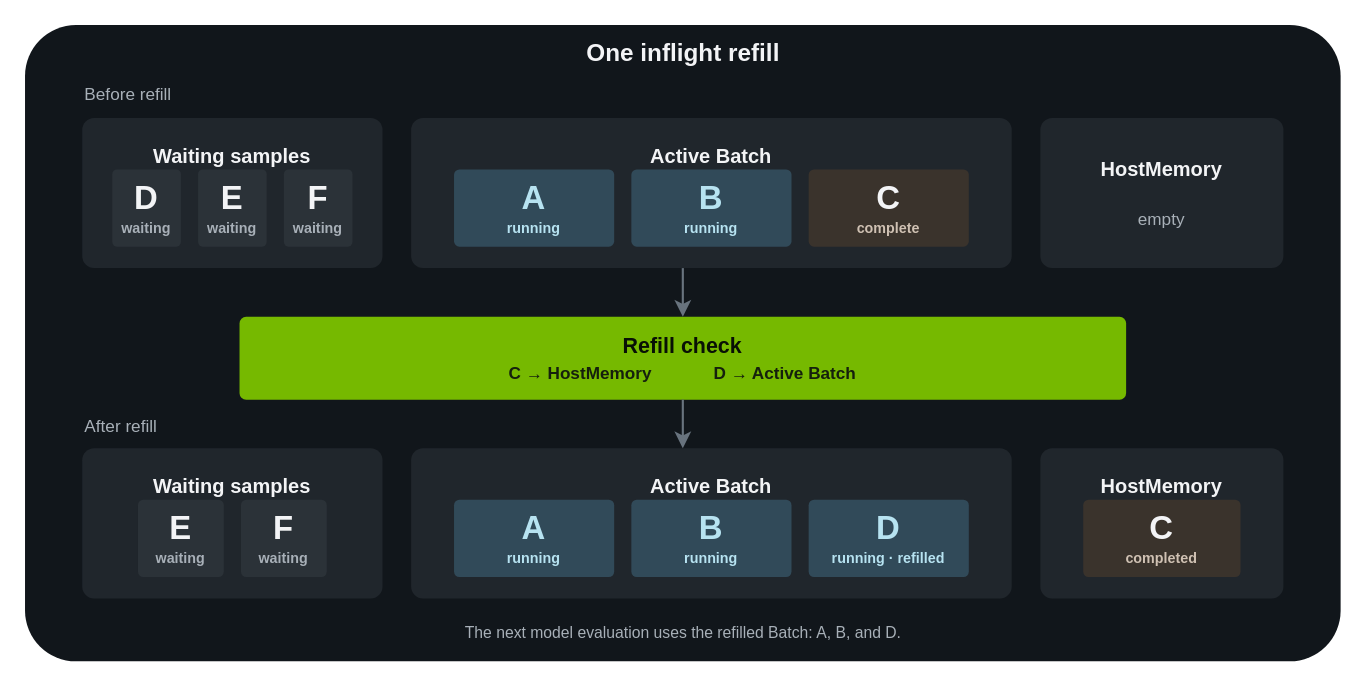
Before: notebooks/00-core-playbook/assets/inflight-batching-flow.drawio in openhackathons-org/ALCHEMI-Bootcamp, a draw.io diagram. Source tidied: cells renumbered, new cells numbered last; positions are measured from the earlier drawing's top-left corner, leaving out a move shared by most shapes. Both pictures are drawn from the tidied source at 143%, with x=0, y=0 at pixel (24, 24).
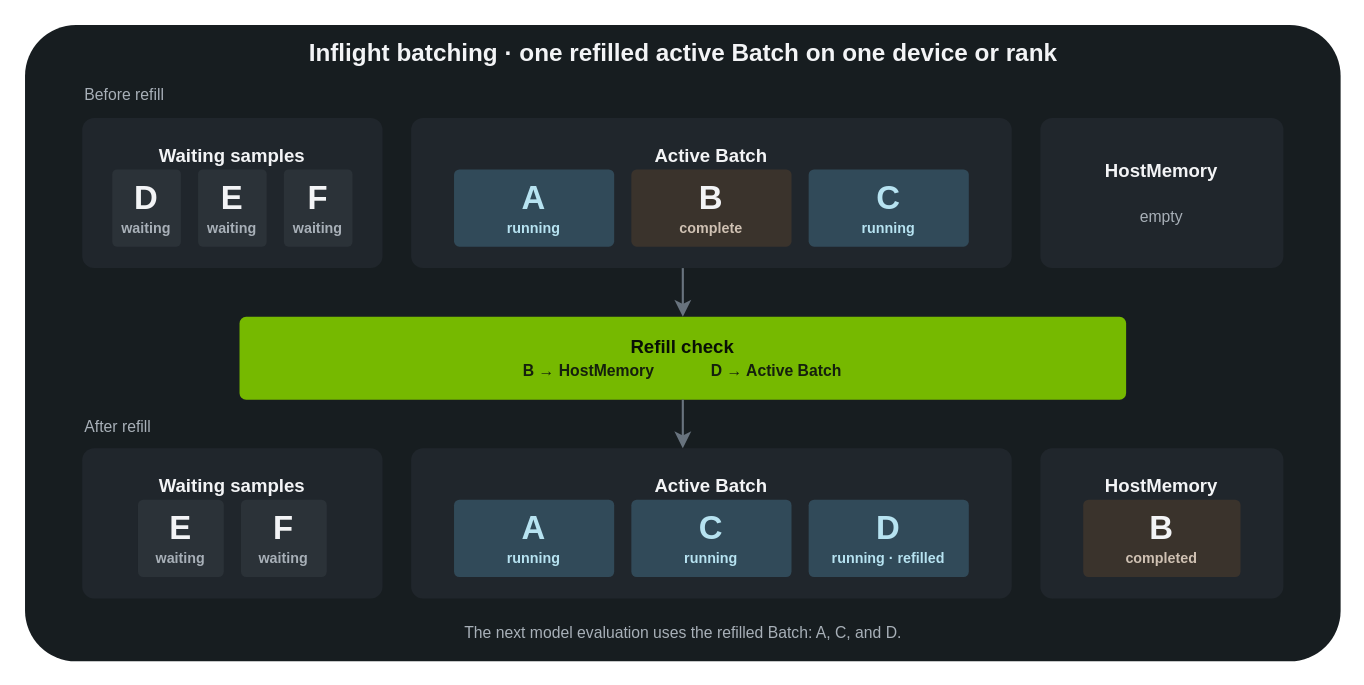
After the change.

Diff of the diagram source:
```diff
@@
-    <mxCell id="2" style="rounded=1;arcSize=8;whiteSpace=wrap;html=1;fillColor=#11161B;strokeColor=none;" parent="1" vertex="1">
+    <mxCell id="2" style="rounded=1;arcSize=8;whiteSpace=wrap;html=1;fillColor=#171D20;strokeColor=none;" parent="1" vertex="1">
       <mxGeometry width="920" height="445" as="geometry" />
     </mxCell>
-    <mxCell id="3" value="One inflight refill" style="text;html=1;strokeColor=none;fillColor=none;align=center;verticalAlign=middle;fontFamily=NVIDIA Sans;fontSize=17;fontStyle=1;fontColor=#F3F4F6;" parent="1" vertex="1">
-      <mxGeometry x="330" y="8" width="260" height="26" as="geometry" />
+    <mxCell id="3" value="Inflight batching · one refilled active Batch on one device or rank" style="text;html=1;strokeColor=none;fillColor=none;align=center;verticalAlign=middle;fontFamily=NVIDIA Sans;fontSize=17;fontStyle=1;fontColor=#F3F4F6;" parent="1" vertex="1">
+      <mxGeometry x="180" y="8" width="560" height="26" as="geometry" />
     </mxCell>
-    <mxCell id="4" value="Before refill" style="text;html=1;strokeColor=none;fillColor=none;align=left;verticalAlign=middle;fontFamily=NVIDIA Sans;fontSize=12;fontColor=#A8B0B8;" parent="1" vertex="1">
+    <mxCell id="4" value="Before refill" style="text;html=1;strokeColor=none;fillColor=none;align=left;verticalAlign=middle;fontFamily=NVIDIA Sans;fontSize=11;fontColor=#A8B0B8;" parent="1" vertex="1">
       <mxGeometry x="40" y="38" width="140" height="22" as="geometry" />
     </mxCell>
-    <mxCell id="5" value="Waiting samples" style="rounded=1;arcSize=8;whiteSpace=wrap;html=1;fillColor=#20262C;strokeColor=none;fontColor=#F3F4F6;fontFamily=NVIDIA Sans;fontStyle=1;fontSize=14;align=center;verticalAlign=top;spacingTop=12;" parent="1" vertex="1">
+    <mxCell id="5" value="Waiting samples" style="rounded=1;arcSize=8;whiteSpace=wrap;html=1;fillColor=#20262C;strokeColor=none;fontColor=#F3F4F6;fontFamily=NVIDIA Sans;fontStyle=1;fontSize=13;align=center;verticalAlign=top;spacingTop=12;" parent="1" vertex="1">
       <mxGeometry x="40" y="65" width="210" height="105" as="geometry" />
     </mxCell>
@@
-    <mxCell id="9" value="Active Batch" style="rounded=1;arcSize=8;whiteSpace=wrap;html=1;fillColor=#20262C;strokeColor=none;fontColor=#F3F4F6;fontFamily=NVIDIA Sans;fontStyle=1;fontSize=14;align=center;verticalAlign=top;spacingTop=12;" parent="1" vertex="1">
+    <mxCell id="9" value="Active Batch" style="rounded=1;arcSize=8;whiteSpace=wrap;html=1;fillColor=#20262C;strokeColor=none;fontColor=#F3F4F6;fontFamily=NVIDIA Sans;fontStyle=1;fontSize=13;align=center;verticalAlign=top;spacingTop=12;" parent="1" vertex="1">
       <mxGeometry x="270" y="65" width="420" height="105" as="geometry" />
     </mxCell>
@@
-    <mxCell id="11" value="&lt;font style=&quot;font-size:23px;color:#B7E3F1;&quot;&gt;B&lt;/font&gt;&lt;br&gt;&lt;font style=&quot;font-size:10px;color:#B7E3F1;&quot;&gt;running&lt;/font&gt;" style="rounded=1;arcSize=7;whiteSpace=wrap;html=1;fillColor=#314A59;strokeColor=none;fontFamily=NVIDIA Sans;fontStyle=1;align=center;verticalAlign=middle;" parent="1" vertex="1">
+    <mxCell id="11" value="&lt;font style=&quot;font-size:23px;color:#F3F4F6;&quot;&gt;B&lt;/font&gt;&lt;br&gt;&lt;font style=&quot;font-size:10px;color:#CFC1B3;&quot;&gt;complete&lt;/font&gt;" style="rounded=1;arcSize=7;whiteSpace=wrap;html=1;fillColor=#3A332C;strokeColor=none;fontFamily=NVIDIA Sans;fontStyle=1;align=center;verticalAlign=middle;" parent="1" vertex="1">
       <mxGeometry x="424" y="101" width="112" height="54" as="geometry" />
     </mxCell>
-    <mxCell id="12" value="&lt;font style=&quot;font-size:23px;color:#F3F4F6;&quot;&gt;C&lt;/font&gt;&lt;br&gt;&lt;font style=&quot;font-size:10px;color:#CFC1B3;&quot;&gt;complete&lt;/font&gt;" style="rounded=1;arcSize=7;whiteSpace=wrap;html=1;fillColor=#3A332C;strokeColor=none;fontFamily=NVIDIA Sans;fontStyle=1;align=center;verticalAlign=middle;" parent="1" vertex="1">
+    <mxCell id="12" value="&lt;font style=&quot;font-size:23px;color:#B7E3F1;&quot;&gt;C&lt;/font&gt;&lt;br&gt;&lt;font style=&quot;font-size:10px;color:#B7E3F1;&quot;&gt;running&lt;/font&gt;" style="rounded=1;arcSize=7;whiteSpace=wrap;html=1;fillColor=#314A59;strokeColor=none;fontFamily=NVIDIA Sans;fontStyle=1;align=center;verticalAlign=middle;" parent="1" vertex="1">
       <mxGeometry x="548" y="101" width="112" height="54" as="geometry" />
     </mxCell>
-    <mxCell id="13" value="HostMemory&lt;br&gt;&lt;br&gt;&lt;font style=&quot;font-size:12px;color:#A8B0B8;font-weight:400;&quot;&gt;empty&lt;/font&gt;" style="rounded=1;arcSize=8;whiteSpace=wrap;html=1;fillColor=#20262C;strokeColor=none;fontColor=#F3F4F6;fontFamily=NVIDIA Sans;fontStyle=1;fontSize=14;align=center;verticalAlign=middle;" parent="1" vertex="1">
+    <mxCell id="13" value="HostMemory&lt;br&gt;&lt;br&gt;&lt;font style=&quot;font-size:11px;color:#A8B0B8;font-weight:400;&quot;&gt;empty&lt;/font&gt;" style="rounded=1;arcSize=8;whiteSpace=wrap;html=1;fillColor=#20262C;strokeColor=none;fontColor=#F3F4F6;fontFamily=NVIDIA Sans;fontStyle=1;fontSize=13;align=center;verticalAlign=middle;" parent="1" vertex="1">
       <mxGeometry x="710" y="65" width="170" height="105" as="geometry" />
     </mxCell>
-    <mxCell id="14" value="Refill check&lt;br&gt;&lt;font style=&quot;font-size:12px;color:#15200D;&quot;&gt;C → HostMemory             D → Active Batch&lt;/font&gt;" style="rounded=1;arcSize=8;whiteSpace=wrap;html=1;fillColor=#76B900;strokeColor=none;fontColor=#081005;fontFamily=NVIDIA Sans;fontStyle=1;fontSize=15;align=center;verticalAlign=middle;" parent="1" vertex="1">
+    <mxCell id="14" value="Refill check&lt;br&gt;&lt;font style=&quot;font-size:11px;color:#15200D;&quot;&gt;B → HostMemory             D → Active Batch&lt;/font&gt;" style="rounded=1;arcSize=8;whiteSpace=wrap;html=1;fillColor=#76B900;strokeColor=none;fontColor=#081005;fontFamily=NVIDIA Sans;fontStyle=1;fontSize=13;align=center;verticalAlign=middle;" parent="1" vertex="1">
       <mxGeometry x="150" y="204" width="620" height="58" as="geometry" />
     </mxCell>
-    <mxCell id="15" value="After refill" style="text;html=1;strokeColor=none;fillColor=none;align=left;verticalAlign=middle;fontFamily=NVIDIA Sans;fontSize=12;fontColor=#A8B0B8;" parent="1" vertex="1">
+    <mxCell id="15" value="After refill" style="text;html=1;strokeColor=none;fillColor=none;align=left;verticalAlign=middle;fontFamily=NVIDIA Sans;fontSize=11;fontColor=#A8B0B8;" parent="1" vertex="1">
       <mxGeometry x="40" y="270" width="140" height="22" as="geometry" />
     </mxCell>
-    <mxCell id="16" value="Waiting samples" style="rounded=1;arcSize=8;whiteSpace=wrap;html=1;fillColor=#20262C;strokeColor=none;fontColor=#F3F4F6;fontFamily=NVIDIA Sans;fontStyle=1;fontSize=14;align=center;verticalAlign=top;spacingTop=12;" parent="1" vertex="1">
+    <mxCell id="16" value="Waiting samples" style="rounded=1;arcSize=8;whiteSpace=wrap;html=1;fillColor=#20262C;strokeColor=none;fontColor=#F3F4F6;fontFamily=NVIDIA Sans;fontStyle=1;fontSize=13;align=center;verticalAlign=top;spacingTop=12;" parent="1" vertex="1">
       <mxGeometry x="40" y="296" width="210" height="105" as="geometry" />
     </mxCell>
@@
-    <mxCell id="19" value="Active Batch" style="rounded=1;arcSize=8;whiteSpace=wrap;html=1;fillColor=#20262C;strokeColor=none;fontColor=#F3F4F6;fontFamily=NVIDIA Sans;fontStyle=1;fontSize=14;align=center;verticalAlign=top;spacingTop=12;" parent="1" vertex="1">
+    <mxCell id="19" value="Active Batch" style="rounded=1;arcSize=8;whiteSpace=wrap;html=1;fillColor=#20262C;strokeColor=none;fontColor=#F3F4F6;fontFamily=NVIDIA Sans;fontStyle=1;fontSize=13;align=center;verticalAlign=top;spacingTop=12;" parent="1" vertex="1">
       <mxGeometry x="270" y="296" width="420" height="105" as="geometry" />
     </mxCell>
@@
-    <mxCell id="21" value="&lt;font style=&quot;font-size:23px;color:#B7E3F1;&quot;&gt;B&lt;/font&gt;&lt;br&gt;&lt;font style=&quot;font-size:10px;color:#B7E3F1;&quot;&gt;running&lt;/font&gt;" style="rounded=1;arcSize=7;whiteSpace=wrap;html=1;fillColor=#314A59;strokeColor=none;fontFamily=NVIDIA Sans;fontStyle=1;align=center;verticalAlign=middle;" parent="1" vertex="1">
-      <mxGeometry x="424" y="332" width="112" height="54" as="geometry" />
-    </mxCell>
+    <mxCell id="24" value="&lt;font style=&quot;font-size:23px;color:#B7E3F1;&quot;&gt;C&lt;/font&gt;&lt;br&gt;&lt;font style=&quot;font-size:10px;color:#B7E3F1;&quot;&gt;running&lt;/font&gt;" style="rounded=1;arcSize=7;whiteSpace=wrap;html=1;fillColor=#314A59;strokeColor=none;fontFamily=NVIDIA Sans;fontStyle=1;align=center;verticalAlign=middle;" parent="1" vertex="1">
+      <mxGeometry x="424" y="332" width="112" height="54" as="geometry" />
+    </mxCell>
@@
-    <mxCell id="23" value="HostMemory" style="rounded=1;arcSize=8;whiteSpace=wrap;html=1;fillColor=#20262C;strokeColor=none;fontColor=#F3F4F6;fontFamily=NVIDIA Sans;fontStyle=1;fontSize=14;align=center;verticalAlign=top;spacingTop=12;" parent="1" vertex="1">
+    <mxCell id="23" value="HostMemory" style="rounded=1;arcSize=8;whiteSpace=wrap;html=1;fillColor=#20262C;strokeColor=none;fontColor=#F3F4F6;fontFamily=NVIDIA Sans;fontStyle=1;fontSize=13;align=center;verticalAlign=top;spacingTop=12;" parent="1" vertex="1">
       <mxGeometry x="710" y="296" width="170" height="105" as="geometry" />
     </mxCell>
-    <mxCell id="24" value="&lt;font style=&quot;font-size:23px;color:#F3F4F6;&quot;&gt;C&lt;/font&gt;&lt;br&gt;&lt;font style=&quot;font-size:10px;color:#CFC1B3;&quot;&gt;completed&lt;/font&gt;" style="rounded=1;arcSize=7;whiteSpace=wrap;html=1;fillColor=#3A332C;strokeColor=none;fontFamily=NVIDIA Sans;fontStyle=1;align=center;verticalAlign=middle;" parent="1" vertex="1">
-      <mxGeometry x="740" y="332" width="110" height="54" as="geometry" />
-    </mxCell>
+    <mxCell id="21" value="&lt;font style=&quot;font-size:23px;color:#F3F4F6;&quot;&gt;B&lt;/font&gt;&lt;br&gt;&lt;font style=&quot;font-size:10px;color:#CFC1B3;&quot;&gt;completed&lt;/font&gt;" style="rounded=1;arcSize=7;whiteSpace=wrap;html=1;fillColor=#3A332C;strokeColor=none;fontFamily=NVIDIA Sans;fontStyle=1;align=center;verticalAlign=middle;" parent="1" vertex="1">
+      <mxGeometry x="740" y="332" width="110" height="54" as="geometry" />
+    </mxCell>
-    <mxCell id="25" value="The next model evaluation uses the refilled Batch: A, B, and D." style="text;html=1;strokeColor=none;fillColor=none;align=center;verticalAlign=middle;fontFamily=NVIDIA Sans;fontSize=11;fontColor=#A8B0B8;" parent="1" vertex="1">
+    <mxCell id="25" value="The next model evaluation uses the refilled Batch: A, C, and D." style="text;html=1;strokeColor=none;fillColor=none;align=center;verticalAlign=middle;fontFamily=NVIDIA Sans;fontSize=11;fontColor=#A8B0B8;" parent="1" vertex="1">
       <mxGeometry x="250" y="414" width="420" height="22" as="geometry" />
     </mxCell>
```
